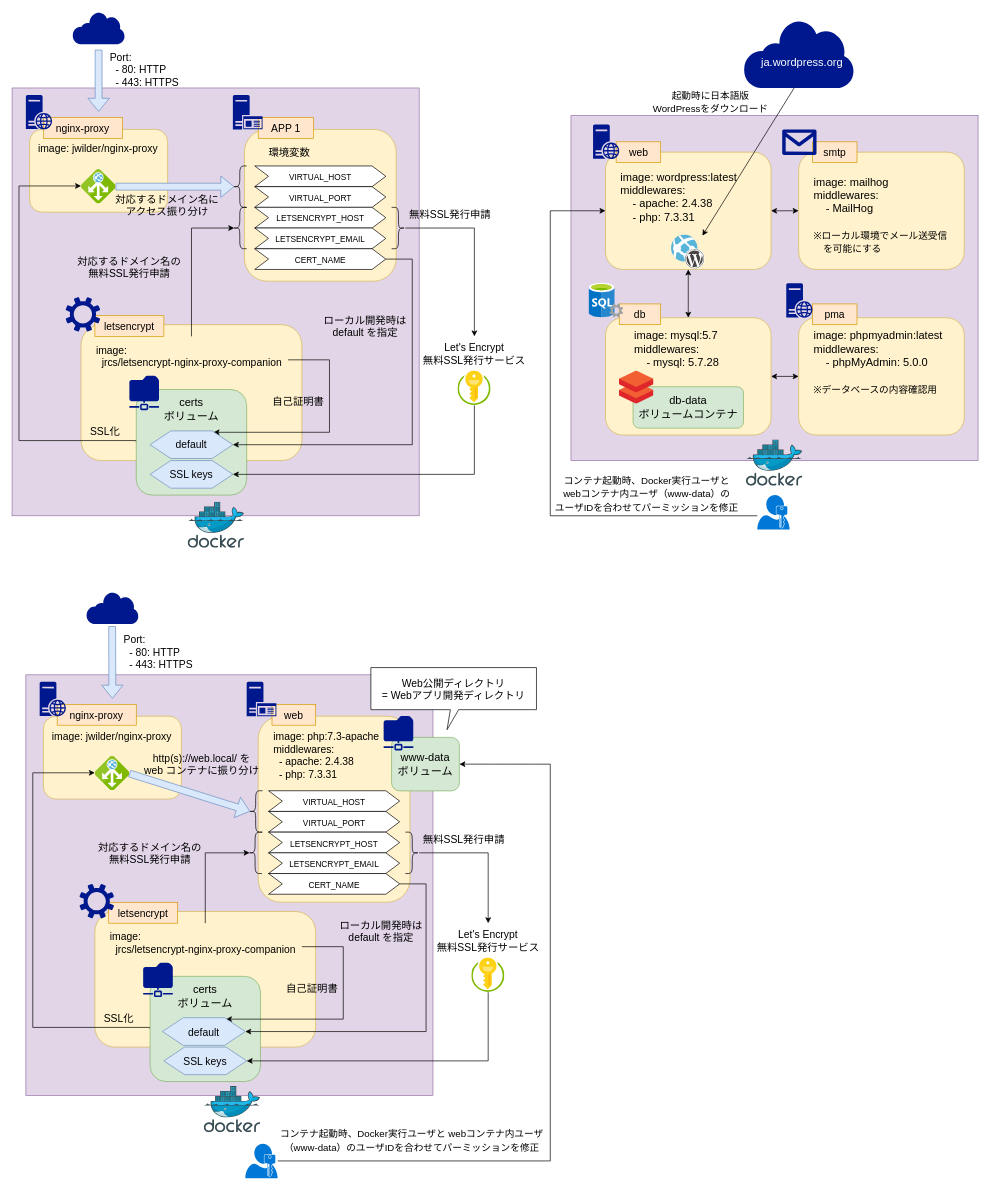
Before: img/docker.drawio in amenoyoya/amazonlinux-nuxt-wordpress, a draw.io diagram. Source tidied: cells renumbered, new cells numbered last; positions are measured from the earlier drawing's top-left corner, leaving out a move shared by most shapes. Both pictures are drawn from the tidied source at 69%, with x=0, y=0 at pixel (12, 12).
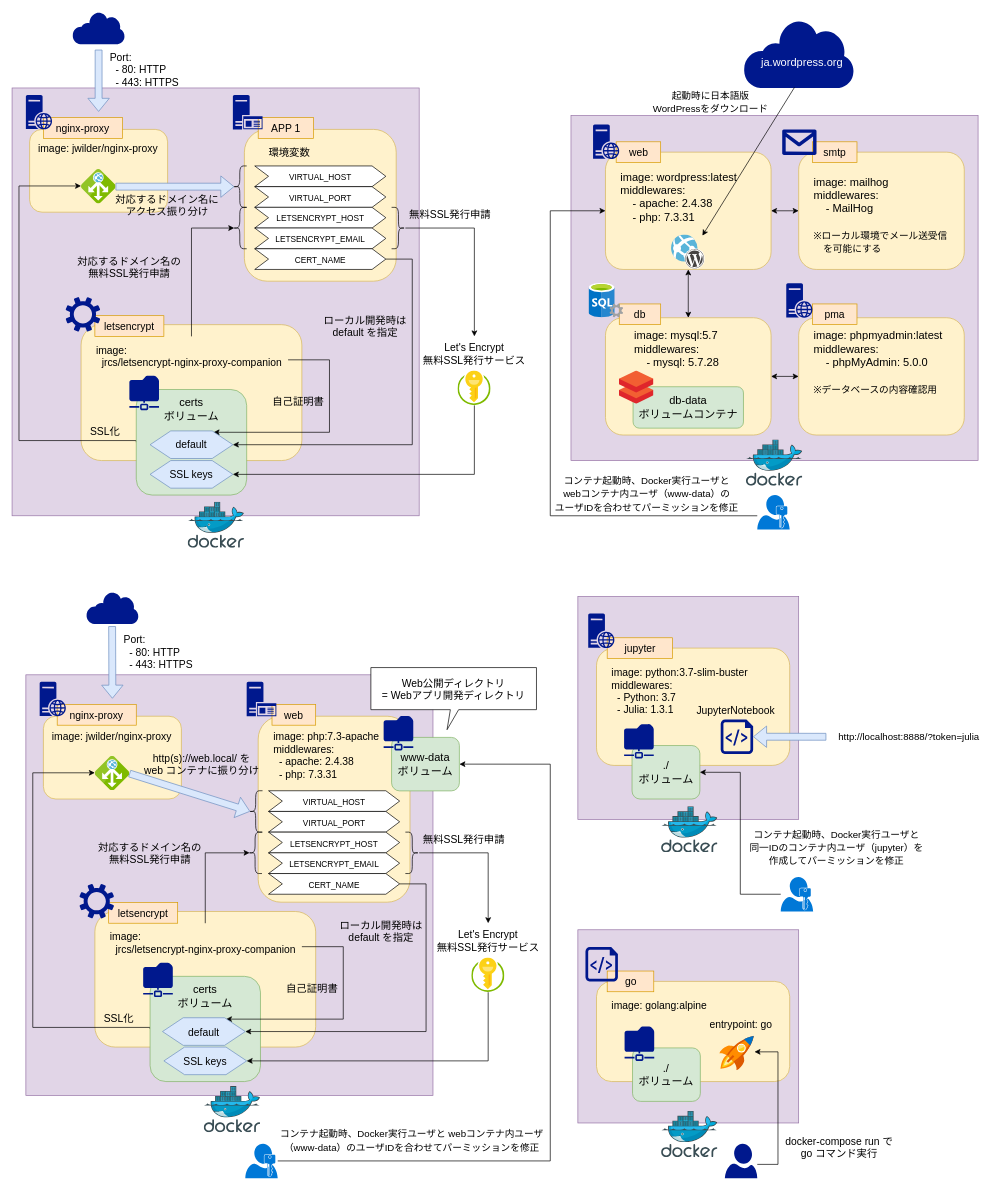
Above is the later version.

Commit message (it also covers changes not shown here):
add: images: golang, jupyter-julia

The edit, as a diff of the source:
```diff
@@
+    <mxCell id="131" style="rounded=0;whiteSpace=wrap;html=1;fontSize=15;fillColor=#e1d5e7;strokeColor=#9673a6;" parent="1" vertex="1">
+      <mxGeometry x="820" y="847" width="320" height="323" as="geometry" />
+    </mxCell>
+    <mxCell id="132" style="rounded=1;whiteSpace=wrap;html=1;fontSize=16;fillColor=#fff2cc;strokeColor=#d6b656;" parent="1" vertex="1">
+      <mxGeometry x="847" y="921.8" width="280" height="170" as="geometry" />
+    </mxCell>
@@
+    <mxCell id="133" value="jupyter" style="rounded=0;whiteSpace=wrap;html=1;fontSize=15;align=center;fillColor=#ffe6cc;strokeColor=#d79b00;" parent="1" vertex="1">
+      <mxGeometry x="862.5" y="906.8" width="94.5" height="30" as="geometry" />
+    </mxCell>
+    <mxCell id="134" value="image: python:3.7-slim-buster&lt;br style=&quot;font-size: 15px&quot;&gt;middlewares:&lt;br style=&quot;font-size: 15px&quot;&gt;&amp;nbsp; - Python: 3.7&lt;br style=&quot;font-size: 15px&quot;&gt;&amp;nbsp; - Julia: 1.3.1" style="text;html=1;strokeColor=none;fillColor=none;align=left;verticalAlign=top;whiteSpace=wrap;rounded=0;fontSize=15;" parent="1" vertex="1">
+      <mxGeometry x="867" y="941.8" width="230" height="90" as="geometry" />
+    </mxCell>
+    <mxCell id="135" style="shadow=0;dashed=0;html=1;strokeColor=none;labelPosition=center;verticalLabelPosition=bottom;verticalAlign=top;align=center;fillColor=#00188D;shape=mxgraph.mscae.enterprise.web_server;fontSize=15;fontColor=#FFFFFF;" parent="1" vertex="1">
+      <mxGeometry x="835" y="871.8" width="38" height="50" as="geometry" />
+    </mxCell>
+    <mxCell id="136" value="./&lt;br&gt;ボリューム" style="rounded=1;whiteSpace=wrap;html=1;fontSize=16;align=center;fillColor=#d5e8d4;strokeColor=#82b366;" parent="1" vertex="1">
+      <mxGeometry x="898.5" y="1063" width="98.3" height="77.5" as="geometry" />
+    </mxCell>
+    <mxCell id="137" style="shadow=0;dashed=0;html=1;strokeColor=none;labelPosition=center;verticalLabelPosition=bottom;verticalAlign=top;align=center;fillColor=#00188D;shape=mxgraph.mscae.enterprise.shared_folder;fontSize=15;" parent="1" vertex="1">
+      <mxGeometry x="887" y="1031.8" width="43" height="50" as="geometry" />
+    </mxCell>
+    <mxCell id="138" style="shadow=0;dashed=0;html=1;strokeColor=none;labelPosition=center;verticalLabelPosition=bottom;verticalAlign=top;align=center;fillColor=#00188D;shape=mxgraph.azure.script_file;" parent="1" vertex="1">
+      <mxGeometry x="1027" y="1025.2" width="47" height="50" as="geometry" />
+    </mxCell>
+    <mxCell id="139" value="JupyterNotebook" style="text;html=1;strokeColor=none;fillColor=none;align=center;verticalAlign=middle;whiteSpace=wrap;rounded=0;fontSize=15;" parent="1" vertex="1">
+      <mxGeometry x="984" y="1002.2" width="130" height="20" as="geometry" />
+    </mxCell>
+    <mxCell id="140" value="&lt;span style=&quot;font-size: 14px&quot;&gt;コンテナ起動時、Docker実行ユーザと&lt;br&gt;同一IDのコンテナ内ユーザ（jupyter）を&lt;br&gt;作成してパーミッションを修正&lt;br&gt;&lt;/span&gt;" style="text;html=1;strokeColor=none;fillColor=none;align=center;verticalAlign=middle;whiteSpace=wrap;rounded=0;fontSize=16;" parent="1" vertex="1">
+      <mxGeometry x="1059" y="1174" width="272.3" height="71.5" as="geometry" />
+    </mxCell>
+    <mxCell id="141" style="edgeStyle=orthogonalEdgeStyle;rounded=0;jettySize=auto;html=1;entryX=1;entryY=0.5;entryDx=0;entryDy=0;fontSize=15;" parent="1" edge="1" source="142" target="136">
+      <mxGeometry relative="1" as="geometry" />
+    </mxCell>
+    <mxCell id="142" style="shadow=0;dashed=0;html=1;strokeColor=none;labelPosition=center;verticalLabelPosition=bottom;verticalAlign=top;align=center;shape=mxgraph.mscae.enterprise.user_permissions;fillColor=#0078D7;fontSize=15;fontColor=#FFFFFF;" parent="1" vertex="1">
+      <mxGeometry x="1114" y="1253.5" width="47" height="50" as="geometry" />
+    </mxCell>
+    <mxCell id="143" style="html=1;align=center;image;fontSize=12;image=img/lib/mscae/Docker.svg;" parent="1" vertex="1">
+      <mxGeometry x="941.1" y="1151.5" width="81.7" height="67" as="geometry" />
+    </mxCell>
+    <mxCell id="144" style="rounded=0;whiteSpace=wrap;html=1;fontSize=15;fillColor=#e1d5e7;strokeColor=#9673a6;" parent="1" vertex="1">
+      <mxGeometry x="820" y="1330" width="320" height="280" as="geometry" />
+    </mxCell>
+    <mxCell id="145" style="rounded=1;whiteSpace=wrap;html=1;fontSize=16;fillColor=#fff2cc;strokeColor=#d6b656;" parent="1" vertex="1">
+      <mxGeometry x="847" y="1404.8" width="280" height="145.2" as="geometry" />
+    </mxCell>
+    <mxCell id="146" value="go" style="rounded=0;whiteSpace=wrap;html=1;fontSize=15;align=center;fillColor=#ffe6cc;strokeColor=#d79b00;" parent="1" vertex="1">
+      <mxGeometry x="862.5" y="1389.8" width="67.5" height="30" as="geometry" />
+    </mxCell>
+    <mxCell id="147" value="image: golang:alpine" style="text;html=1;strokeColor=none;fillColor=none;align=left;verticalAlign=top;whiteSpace=wrap;rounded=0;fontSize=15;" parent="1" vertex="1">
+      <mxGeometry x="867" y="1424.8" width="230" height="35.2" as="geometry" />
+    </mxCell>
+    <mxCell id="148" value="./&lt;br&gt;ボリューム" style="rounded=1;whiteSpace=wrap;html=1;fontSize=16;align=center;fillColor=#d5e8d4;strokeColor=#82b366;" parent="1" vertex="1">
+      <mxGeometry x="899.2" y="1501.2" width="98.3" height="77.5" as="geometry" />
+    </mxCell>
+    <mxCell id="149" style="shadow=0;dashed=0;html=1;strokeColor=none;labelPosition=center;verticalLabelPosition=bottom;verticalAlign=top;align=center;fillColor=#00188D;shape=mxgraph.mscae.enterprise.shared_folder;fontSize=15;" parent="1" vertex="1">
+      <mxGeometry x="887.7" y="1470" width="43" height="50" as="geometry" />
+    </mxCell>
+    <mxCell id="150" value="entrypoint:&lt;span&gt;&amp;nbsp;go&lt;/span&gt;" style="text;html=1;strokeColor=none;fillColor=none;align=right;verticalAlign=middle;whiteSpace=wrap;rounded=0;fontSize=15;" parent="1" vertex="1">
+      <mxGeometry x="997.5" y="1448.9" width="106" height="35.2" as="geometry" />
+    </mxCell>
+    <mxCell id="151" style="html=1;align=center;image;fontSize=12;image=img/lib/mscae/Docker.svg;" parent="1" vertex="1">
+      <mxGeometry x="941.1" y="1593" width="81.7" height="67" as="geometry" />
+    </mxCell>
+    <mxCell id="152" style="shadow=0;dashed=0;html=1;strokeColor=none;labelPosition=center;verticalLabelPosition=bottom;verticalAlign=top;align=center;fillColor=#00188D;shape=mxgraph.azure.script_file;" parent="1" vertex="1">
+      <mxGeometry x="831" y="1355" width="47" height="50" as="geometry" />
+    </mxCell>
+    <mxCell id="153" style="html=1;points=[];align=center;image;fontSize=12;image=img/lib/mscae/Quick_Start_Center.svg;" parent="1" vertex="1">
+      <mxGeometry x="1025.5" y="1484.1" width="50" height="50" as="geometry" />
+    </mxCell>
+    <mxCell id="154" style="edgeStyle=orthogonalEdgeStyle;rounded=0;jettySize=auto;html=1;entryX=1.01;entryY=0.457;entryDx=0;entryDy=0;entryPerimeter=0;" parent="1" edge="1" source="155" target="153">
+      <mxGeometry relative="1" as="geometry">
+        <Array as="points">
+          <mxPoint x="1110" y="1670" />
+          <mxPoint x="1110" y="1507" />
+        </Array>
+      </mxGeometry>
+    </mxCell>
+    <mxCell id="155" style="shadow=0;dashed=0;html=1;strokeColor=none;labelPosition=center;verticalLabelPosition=bottom;verticalAlign=top;align=center;fillColor=#00188D;shape=mxgraph.azure.user;" parent="1" vertex="1">
+      <mxGeometry x="1033" y="1640" width="47" height="50" as="geometry" />
+    </mxCell>
+    <mxCell id="156" value="docker-compose run で go コマンド実行" style="text;html=1;strokeColor=none;fillColor=none;align=center;verticalAlign=middle;whiteSpace=wrap;rounded=0;fontSize=15;" parent="1" vertex="1">
+      <mxGeometry x="1118" y="1620" width="162" height="50" as="geometry" />
+    </mxCell>
+    <mxCell id="157" value="&lt;span style=&quot;font-size: 14px&quot;&gt;http://localhost:8888/?token=julia&lt;br&gt;&lt;/span&gt;" style="text;html=1;strokeColor=none;fillColor=none;align=center;verticalAlign=middle;whiteSpace=wrap;rounded=0;fontSize=16;" parent="1" vertex="1">
+      <mxGeometry x="1180" y="1035.4" width="240" height="29.8" as="geometry" />
+    </mxCell>
+    <mxCell id="158" style="shape=flexArrow;endArrow=classic;html=1;exitX=0;exitY=0.5;exitDx=0;exitDy=0;entryX=1;entryY=0.5;entryDx=0;entryDy=0;entryPerimeter=0;fillColor=#dae8fc;strokeColor=#6c8ebf;" parent="1" edge="1" source="157" target="138">
+      <mxGeometry relative="1" as="geometry" />
+    </mxCell>
```
